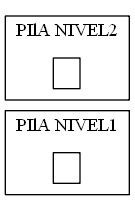
Eduardo01004/-EDD-_1S2019_P1_201612124 keeps this Graphviz diagram as PilaScore.png. Above is the earlier version. Its source is kept beside it as PilaScore.dot.
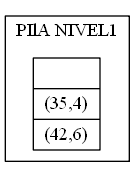
Above is the later version.

Diff of the diagram source:
```diff
@@ -2,10 +2,6 @@
 node [shape= record, width=.1,height=.1];
  subgraph cluster1{
 label="PIlA NIVEL1";
-nodeTable [label = " "];
-}
- subgraph cluster2{
-label="PIlA NIVEL2";
-nodeTable2 [label = " "];
+nodeTable [label = " |(35,4)|(42,6)"];
 }
 }
```
